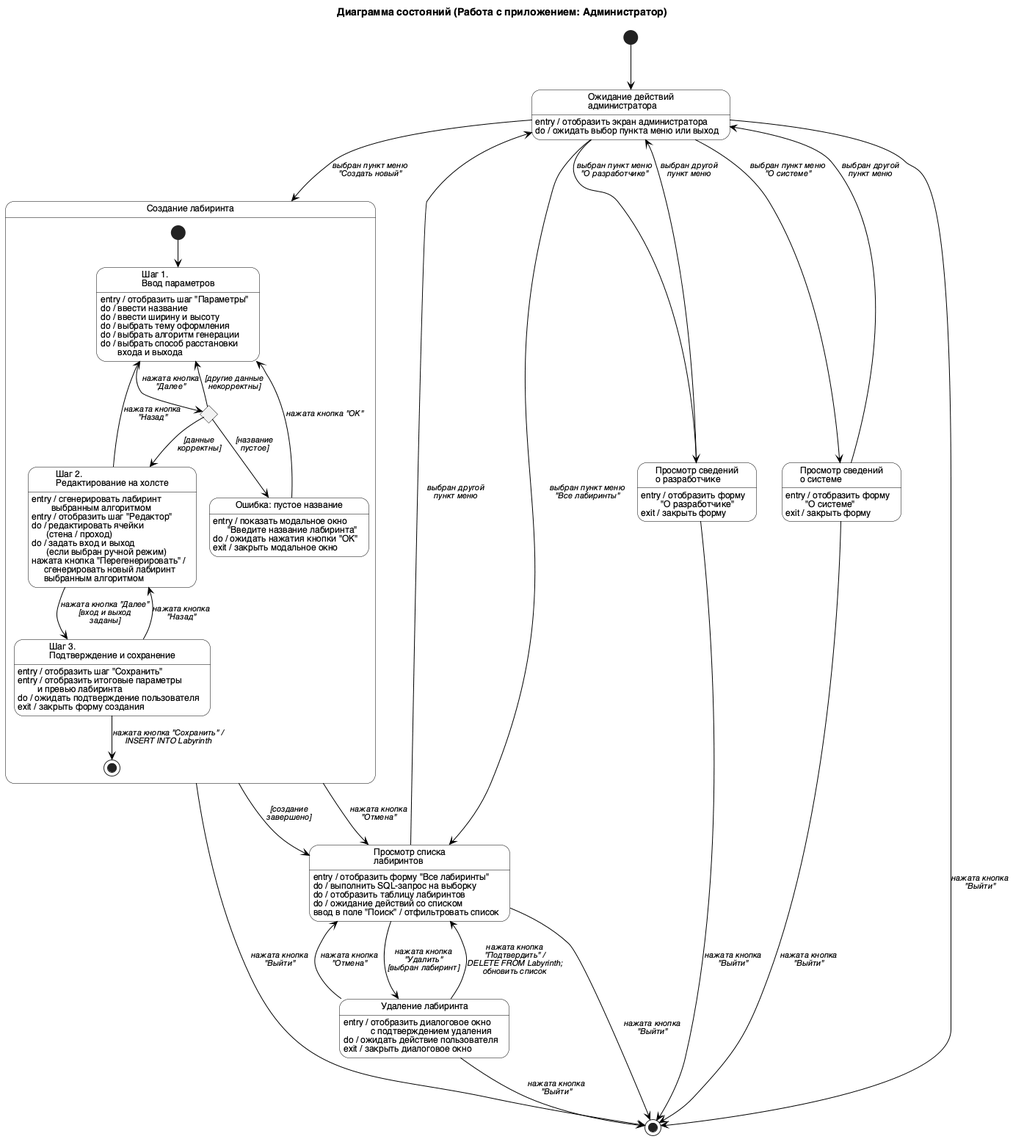
Above: diagrams/state/admin.png in ozcnii/software-engineering (PlantUML), before the change.
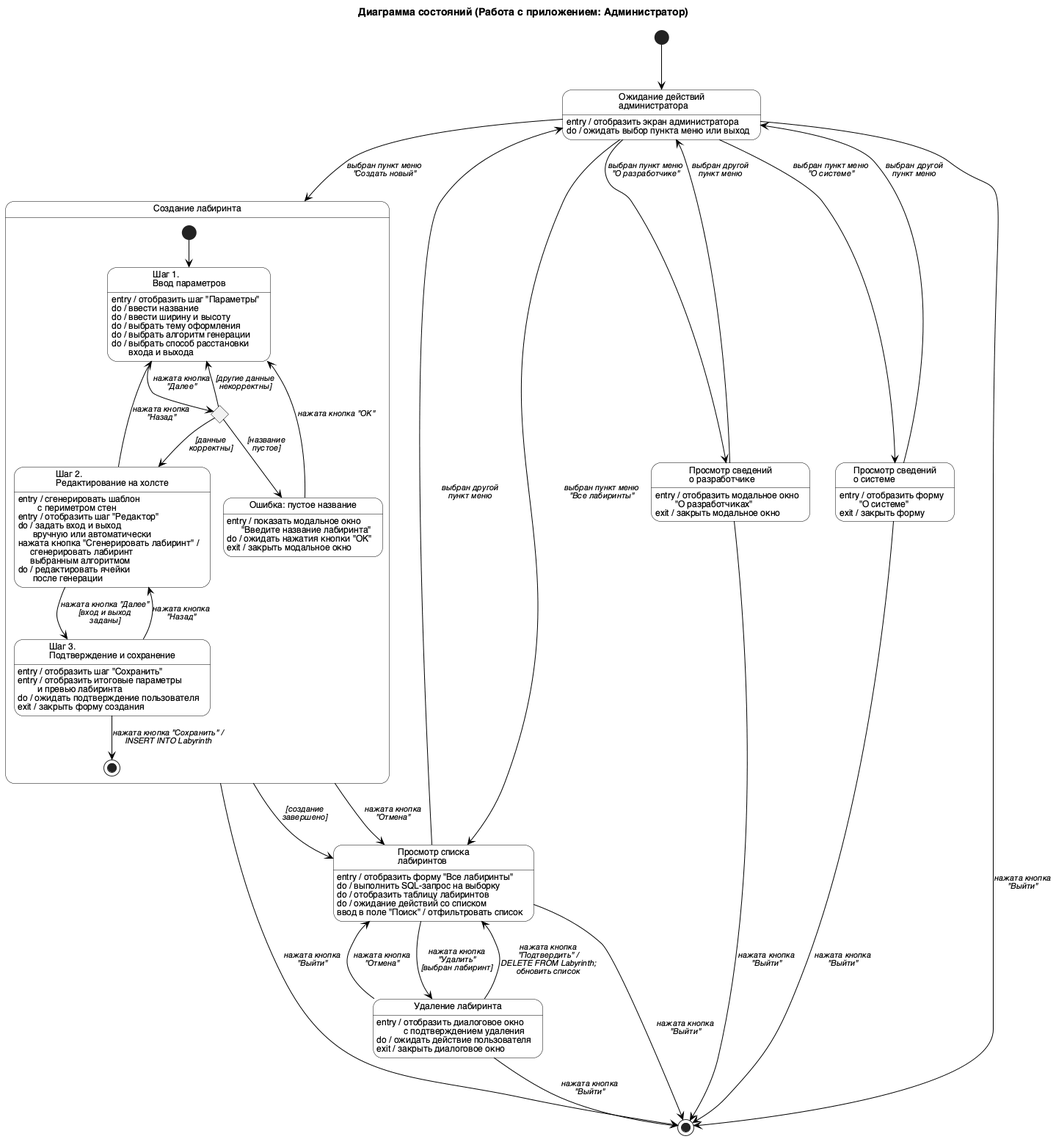
After the change.

Diff of the diagram source:
```diff
@@ -45,11 +45,11 @@
   }
 
   state "Шаг 2.\nРедактирование на холсте" as Редактор {
-    Редактор : entry / сгенерировать лабиринт\n        выбранным алгоритмом
+    Редактор : entry / сгенерировать шаблон\n        с периметром стен
     Редактор : entry / отобразить шаг "Редактор"
-    Редактор : do / редактировать ячейки\n      (стена / проход)
-    Редактор : do / задать вход и выход\n      (если выбран ручной режим)
-    Редактор : нажата кнопка "Перегенерировать" /\n     сгенерировать новый лабиринт\n     выбранным алгоритмом
+    Редактор : do / задать вход и выход\n      вручную или автоматически
+    Редактор : нажата кнопка "Сгенерировать лабиринт" /\n     сгенерировать лабиринт\n     выбранным алгоритмом
+    Редактор : do / редактировать ячейки\n      после генерации
   }
 
   state "Шаг 3.\nПодтверждение и сохранение" as Сохранение {
@@ -80,8 +80,8 @@
 }
 
 state "Просмотр сведений\nо разработчике" as Разработчик {
-  Разработчик : entry / отобразить форму\n        "О разработчике"
-  Разработчик : exit / закрыть форму
+  Разработчик : entry / отобразить модальное окно\n        "О разработчиках"
+  Разработчик : exit / закрыть модальное окно
 }
 
 state "Просмотр сведений\nо системе" as Система {
```
